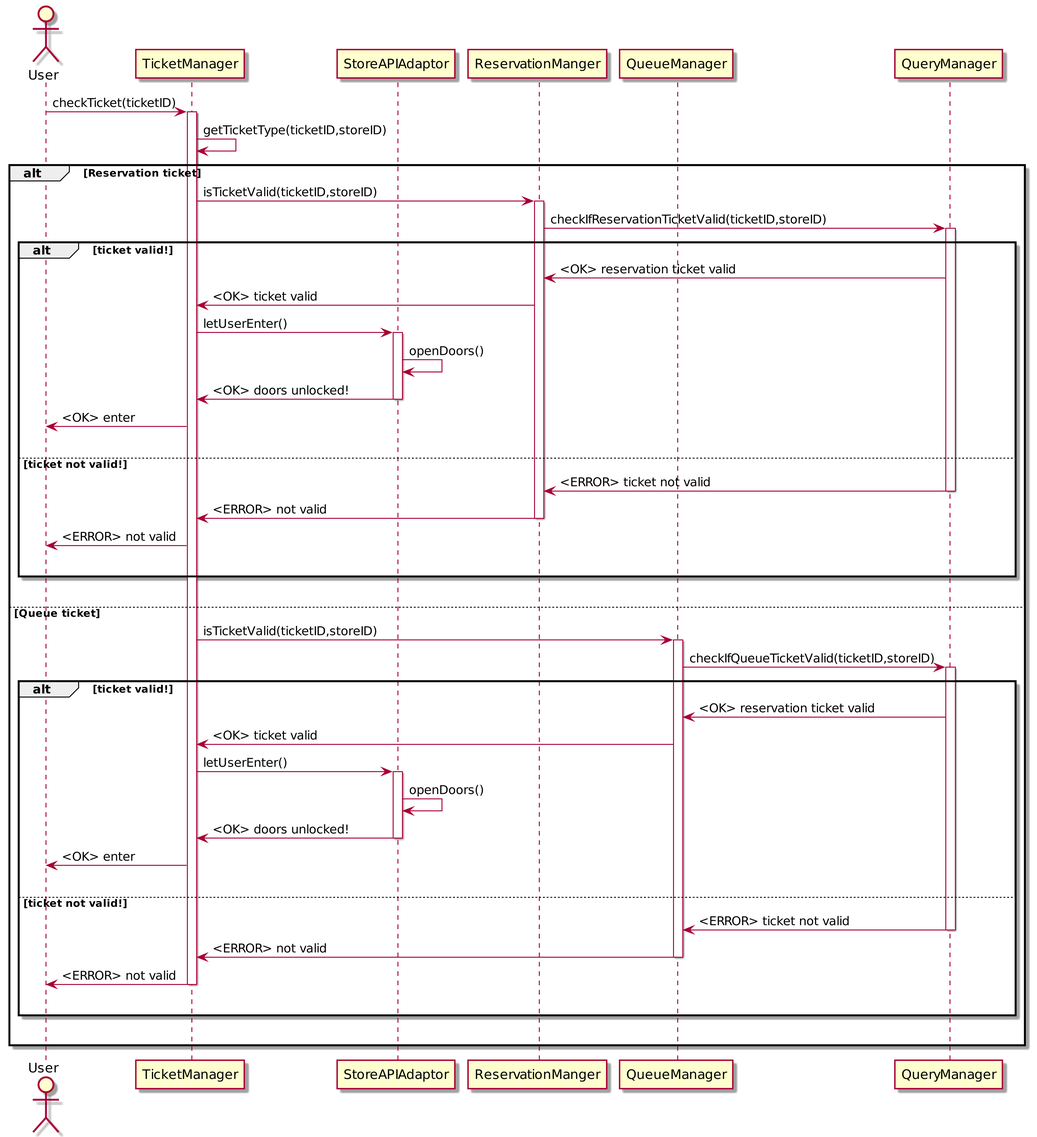
This is DD/uml/seq_user_enters_store.png from andreafra/Software-Engineering-2-Project-2021, a PlantUML export, as it was before one commit. Its diagram source:
```plantuml
@startuml
skinparam {
   dpi 300
}

actor User as a
participant TicketManager as tm
participant StoreAPIAdaptor as api
participant ReservationManger as rm
participant QueueManager as queue
participant QueryManager as qm

a->tm : checkTicket(ticketID)
activate tm
tm->tm : getTicketType(ticketID,storeID)

alt Reservation ticket
    tm->rm : isTicketValid(ticketID,storeID)
    activate rm
    rm -> qm : checkIfReservationTicketValid(ticketID,storeID)
    activate qm
        alt ticket valid!
        qm->rm : <OK> reservation ticket valid
        rm->tm : <OK> ticket valid
        tm -> api : letUserEnter()
        activate api
        api->api : openDoors()
        api->tm : <OK> doors unlocked!
        deactivate api
        tm->a : <OK> enter
        |||
        else ticket not valid!
        qm->rm : <ERROR> ticket not valid
        deactivate qm
        rm->tm : <ERROR> not valid
        deactivate rm
        tm->a : <ERROR> not valid
        |||
        end
        |||
else Queue ticket
    tm->queue : isTicketValid(ticketID,storeID)
    activate queue
    queue -> qm : checkIfQueueTicketValid(ticketID,storeID)
    activate qm
        alt ticket valid!
        qm->queue : <OK> reservation ticket valid
        queue->tm : <OK> ticket valid
        tm -> api : letUserEnter()
        activate api
        api->api : openDoors()
        api->tm : <OK> doors unlocked!
        deactivate api
        tm->a : <OK> enter
        |||
        else ticket not valid!
        qm->queue : <ERROR> ticket not valid
        deactivate qm
        queue->tm : <ERROR> not valid
        deactivate queue
        tm->a : <ERROR> not valid
        deactivate tm
        |||
        end
    |||
end
@enduml
```
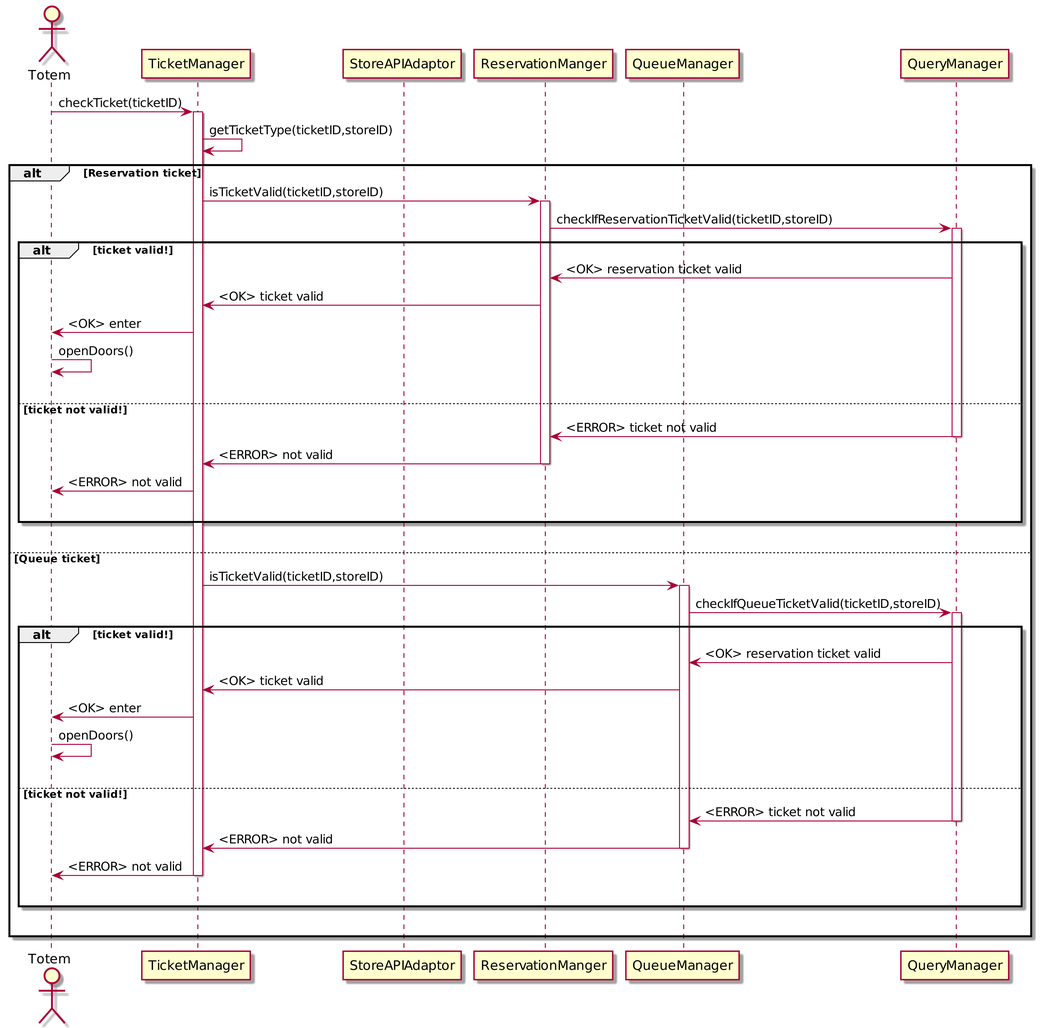
After the commit.

What changed in the source:
```diff
@@ -1,9 +1,9 @@
-@startuml
+@startuml seq_user_enters_store
 skinparam {
    dpi 300
 }
 
-actor User as a
+actor Totem as a
 participant TicketManager as tm
 participant StoreAPIAdaptor as api
 participant ReservationManger as rm
@@ -22,12 +22,8 @@
         alt ticket valid!
         qm->rm : <OK> reservation ticket valid
         rm->tm : <OK> ticket valid
-        tm -> api : letUserEnter()
-        activate api
-        api->api : openDoors()
-        api->tm : <OK> doors unlocked!
-        deactivate api
         tm->a : <OK> enter
+        a->a : openDoors()
         |||
         else ticket not valid!
         qm->rm : <ERROR> ticket not valid
@@ -46,12 +42,8 @@
         alt ticket valid!
         qm->queue : <OK> reservation ticket valid
         queue->tm : <OK> ticket valid
-        tm -> api : letUserEnter()
-        activate api
-        api->api : openDoors()
-        api->tm : <OK> doors unlocked!
-        deactivate api
         tm->a : <OK> enter
+        a->a : openDoors()
         |||
         else ticket not valid!
         qm->queue : <ERROR> ticket not valid
@@ -64,4 +56,5 @@
         end
     |||
 end
+
 @enduml
```
